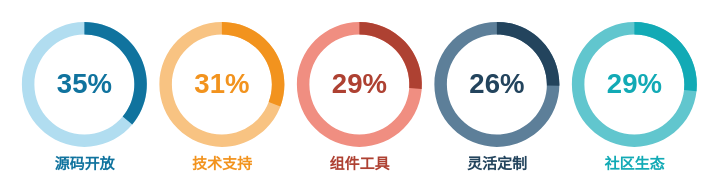
peng-fan/drawio keeps this draw.io diagram as page "操作系统关注点" (3 of 8) of draw/ppt.drawio. Above is the earlier version. Source tidied: cells renumbered, new cells numbered last; positions are measured from the earlier drawing's top-left corner, leaving out a move shared by most shapes. Both pictures are drawn from the tidied source at 125%, with x=0, y=0 at pixel (21, 21).
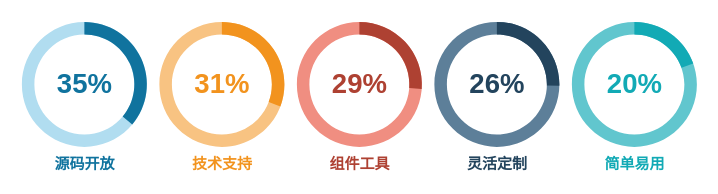
Above is the later version.

Diff of the diagram source:
```diff
@@
 <mxGraphModel>
   <root>
     <mxCell id="0" />
     <mxCell id="1" parent="0" />
     <mxCell id="2" value="源码开放" style="verticalLabelPosition=bottom;verticalAlign=top;html=1;shape=mxgraph.basic.donut;dx=10;strokeColor=none;fillColor=#B1DDF0;fontSize=12;fontColor=#10739E;align=center;fontStyle=1;" parent="1" vertex="1">
       <mxGeometry width="100" height="100" as="geometry" />
     </mxCell>
     <mxCell id="3" value="35%" style="verticalLabelPosition=middle;verticalAlign=middle;html=1;shape=mxgraph.basic.partConcEllipse;startAngle=0;endAngle=0.36119516464413803;arcWidth=0.2;strokeColor=none;fillColor=#10739E;fontSize=22;fontColor=#10739E;align=center;fontStyle=1;" parent="2" vertex="1">
       <mxGeometry width="100" height="100" as="geometry" />
     </mxCell>
     <mxCell id="4" value="技术支持" style="verticalLabelPosition=bottom;verticalAlign=top;html=1;shape=mxgraph.basic.donut;dx=10;strokeColor=none;fillColor=#F8C382;fontSize=12;fontColor=#F2931E;align=center;fontStyle=1;" parent="1" vertex="1">
       <mxGeometry x="110" width="100" height="100" as="geometry" />
     </mxCell>
     <mxCell id="5" value="31%" style="verticalLabelPosition=middle;verticalAlign=middle;html=1;shape=mxgraph.basic.partConcEllipse;startAngle=0;endAngle=0.30728758717590343;arcWidth=0.2;strokeColor=none;fillColor=#F2931E;fontSize=22;fontColor=#F2931E;align=center;fontStyle=1;" parent="4" vertex="1">
       <mxGeometry width="100" height="100" as="geometry" />
     </mxCell>
     <mxCell id="6" value="组件工具" style="verticalLabelPosition=bottom;verticalAlign=top;html=1;shape=mxgraph.basic.donut;dx=10;strokeColor=none;fillColor=#F08E81;fontSize=12;fontColor=#AE4132;align=center;fontStyle=1;" parent="1" vertex="1">
       <mxGeometry x="220" width="100" height="100" as="geometry" />
     </mxCell>
     <mxCell id="7" value="29%" style="verticalLabelPosition=middle;verticalAlign=middle;html=1;shape=mxgraph.basic.partConcEllipse;startAngle=0;endAngle=0.26170605145203907;arcWidth=0.2;strokeColor=none;fillColor=#AE4132;fontSize=22;fontColor=#AE4132;align=center;fontStyle=1;" parent="6" vertex="1">
       <mxGeometry width="100" height="100" as="geometry" />
     </mxCell>
     <mxCell id="8" value="灵活定制" style="verticalLabelPosition=bottom;verticalAlign=top;html=1;shape=mxgraph.basic.donut;dx=10;strokeColor=none;fillColor=#5D7F99;fontSize=12;fontColor=#23445D;align=center;fontStyle=1;" parent="1" vertex="1">
       <mxGeometry x="330" width="100" height="100" as="geometry" />
     </mxCell>
     <mxCell id="9" value="26%" style="verticalLabelPosition=middle;verticalAlign=middle;html=1;shape=mxgraph.basic.partConcEllipse;startAngle=0;endAngle=0.25328108031479624;arcWidth=0.2;strokeColor=none;fillColor=#23445D;fontSize=22;fontColor=#23445D;align=center;fontStyle=1;" parent="8" vertex="1">
       <mxGeometry width="100" height="100" as="geometry" />
     </mxCell>
-    <mxCell id="10" value="社区生态" style="verticalLabelPosition=bottom;verticalAlign=top;html=1;shape=mxgraph.basic.donut;dx=10;strokeColor=none;fillColor=#61C6CE;fontSize=12;fontColor=#12AAB5;align=center;fontStyle=1;" parent="1" vertex="1">
+    <mxCell id="10" value="简单易用" style="verticalLabelPosition=bottom;verticalAlign=top;html=1;shape=mxgraph.basic.donut;dx=10;strokeColor=none;fillColor=#61C6CE;fontSize=12;fontColor=#12AAB5;align=center;fontStyle=1;" parent="1" vertex="1">
       <mxGeometry x="440" width="100" height="100" as="geometry" />
     </mxCell>
-    <mxCell id="11" value="29%" style="verticalLabelPosition=middle;verticalAlign=middle;html=1;shape=mxgraph.basic.partConcEllipse;startAngle=0;endAngle=0.26761164373863866;arcWidth=0.2;strokeColor=none;fillColor=#12AAB5;fontSize=22;fontColor=#12AAB5;align=center;fontStyle=1;" parent="10" vertex="1">
+    <mxCell id="11" value="20%" style="verticalLabelPosition=middle;verticalAlign=middle;html=1;shape=mxgraph.basic.partConcEllipse;startAngle=0;endAngle=0.19563020602663836;arcWidth=0.2;strokeColor=none;fillColor=#12AAB5;fontSize=22;fontColor=#12AAB5;align=center;fontStyle=1;" parent="10" vertex="1">
       <mxGeometry width="100" height="100" as="geometry" />
     </mxCell>
   </root>
 </mxGraphModel>
```
